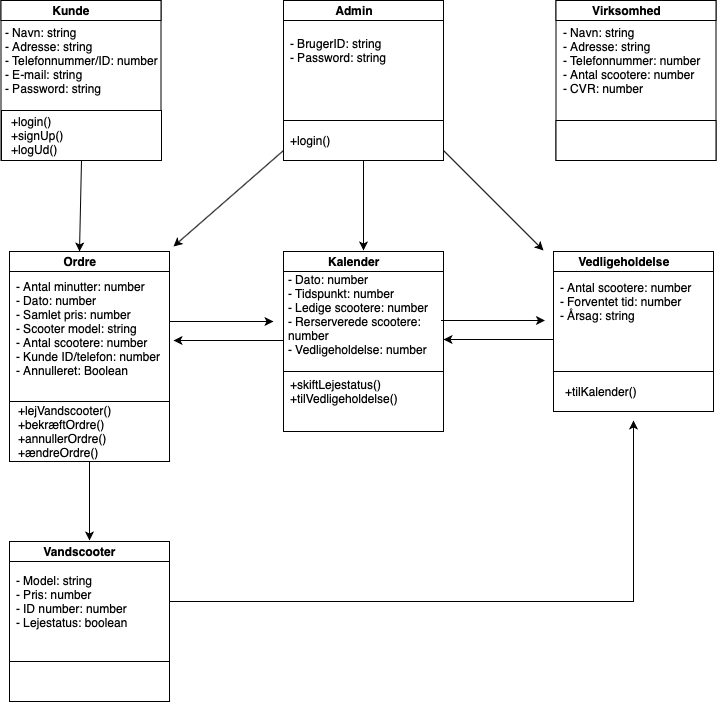
Earlier version of the draw.io export CPHJetskis.drawio-4.png (Mikkel0608/CPH-Jetskis). Source tidied: cells renumbered, new cells last; positions are measured from the earlier drawing's top-left corner, leaving out a move shared by most shapes. Its diagram source:
```xml
<mxGraphModel>
  <root>
    <mxCell id="0" />
    <mxCell id="1" parent="0" />
    <mxCell id="2" style="whiteSpace=wrap;html=1;" parent="1" vertex="1">
      <mxGeometry x="-0.5" width="160" height="160" as="geometry" />
    </mxCell>
    <mxCell id="3" style="rounded=0;whiteSpace=wrap;html=1;" parent="1" vertex="1">
      <mxGeometry x="-0.5" width="160" height="20" as="geometry" />
    </mxCell>
    <mxCell id="4" value="&lt;b&gt;Kunde&lt;/b&gt;" style="text;html=1;strokeColor=none;fillColor=none;align=center;verticalAlign=middle;whiteSpace=wrap;rounded=0;" parent="1" vertex="1">
      <mxGeometry x="34.5" width="70" height="20" as="geometry" />
    </mxCell>
    <mxCell id="5" value="- Navn: string&lt;br&gt;- Adresse: string&lt;br&gt;- Telefonnummer/ID: number&lt;br&gt;- E-mail: string&lt;br&gt;- Password: string" style="text;html=1;strokeColor=none;fillColor=none;align=left;verticalAlign=middle;whiteSpace=wrap;rounded=0;" parent="1" vertex="1">
      <mxGeometry x="2" y="50" width="155" height="20" as="geometry" />
    </mxCell>
    <mxCell id="6" style="edgeStyle=none;rounded=0;jettySize=auto;html=1;exitX=0.5;exitY=1;exitDx=0;exitDy=0;entryX=0.5;entryY=0;entryDx=0;entryDy=0;" parent="1" edge="1" source="7" target="17">
      <mxGeometry relative="1" as="geometry" />
    </mxCell>
    <mxCell id="7" style="rounded=0;whiteSpace=wrap;html=1;" parent="1" vertex="1">
      <mxGeometry y="110" width="160" height="50" as="geometry" />
    </mxCell>
    <mxCell id="8" value="+login()&lt;br&gt;+signUp()&lt;br&gt;+logUd()" style="text;html=1;strokeColor=none;fillColor=none;align=left;verticalAlign=middle;whiteSpace=wrap;rounded=0;" parent="1" vertex="1">
      <mxGeometry x="8" y="125" width="40" height="20" as="geometry" />
    </mxCell>
    <mxCell id="9" style="whiteSpace=wrap;html=1;" parent="1" vertex="1">
      <mxGeometry x="8" y="541" width="160" height="160" as="geometry" />
    </mxCell>
    <mxCell id="10" style="rounded=0;whiteSpace=wrap;html=1;" parent="1" vertex="1">
      <mxGeometry x="8" y="541" width="160" height="20" as="geometry" />
    </mxCell>
    <mxCell id="11" value="&lt;b&gt;Vandscooter&lt;/b&gt;" style="text;html=1;strokeColor=none;fillColor=none;align=center;verticalAlign=middle;whiteSpace=wrap;rounded=0;" parent="1" vertex="1">
      <mxGeometry x="43" y="541" width="70" height="20" as="geometry" />
    </mxCell>
    <mxCell id="12" style="edgeStyle=orthogonalEdgeStyle;rounded=0;jettySize=auto;html=1;exitX=1;exitY=0.5;exitDx=0;exitDy=0;" parent="1" edge="1" source="13">
      <mxGeometry relative="1" as="geometry">
        <mxPoint x="632" y="420" as="targetPoint" />
      </mxGeometry>
    </mxCell>
    <mxCell id="13" value="- Model: string&lt;br&gt;- Pris: number&lt;br&gt;- ID number: number&lt;br&gt;- Lejestatus: boolean" style="text;html=1;strokeColor=none;fillColor=none;align=left;verticalAlign=middle;whiteSpace=wrap;rounded=0;" parent="1" vertex="1">
      <mxGeometry x="13" y="591" width="155" height="20" as="geometry" />
    </mxCell>
    <mxCell id="14" style="rounded=0;whiteSpace=wrap;html=1;" parent="1" vertex="1">
      <mxGeometry x="8" y="661" width="160" height="40" as="geometry" />
    </mxCell>
    <mxCell id="15" style="whiteSpace=wrap;html=1;" parent="1" vertex="1">
      <mxGeometry x="8" y="251" width="160" height="160" as="geometry" />
    </mxCell>
    <mxCell id="16" style="rounded=0;whiteSpace=wrap;html=1;" parent="1" vertex="1">
      <mxGeometry x="8" y="251" width="160" height="20" as="geometry" />
    </mxCell>
    <mxCell id="17" value="&lt;b&gt;Ordre&lt;/b&gt;" style="text;html=1;strokeColor=none;fillColor=none;align=center;verticalAlign=middle;whiteSpace=wrap;rounded=0;" parent="1" vertex="1">
      <mxGeometry x="43" y="251" width="70" height="20" as="geometry" />
    </mxCell>
    <mxCell id="18" style="edgeStyle=none;rounded=0;jettySize=auto;html=1;exitX=1;exitY=0.5;exitDx=0;exitDy=0;" parent="1" edge="1" source="19">
      <mxGeometry relative="1" as="geometry">
        <mxPoint x="272" y="321" as="targetPoint" />
      </mxGeometry>
    </mxCell>
    <mxCell id="19" value="&lt;br&gt;- Antal minutter: number&lt;br&gt;- Dato: number&lt;br&gt;- Samlet pris: number&lt;br&gt;- Scooter model: string&lt;br&gt;- Antal scootere: number&lt;br&gt;- Kunde ID/telefon: number&lt;br&gt;- Annulleret: Boolean" style="text;html=1;strokeColor=none;fillColor=none;align=left;verticalAlign=middle;whiteSpace=wrap;rounded=0;" parent="1" vertex="1">
      <mxGeometry x="13" y="311" width="155" height="20" as="geometry" />
    </mxCell>
    <mxCell id="20" style="edgeStyle=none;rounded=0;jettySize=auto;html=1;exitX=0.5;exitY=1;exitDx=0;exitDy=0;" parent="1" edge="1" source="21">
      <mxGeometry relative="1" as="geometry">
        <mxPoint x="88" y="540" as="targetPoint" />
      </mxGeometry>
    </mxCell>
    <mxCell id="21" style="rounded=0;whiteSpace=wrap;html=1;" parent="1" vertex="1">
      <mxGeometry x="8" y="401" width="160" height="60" as="geometry" />
    </mxCell>
    <mxCell id="22" value="+lejVandscooter()&lt;br&gt;+bekræftOrdre()&lt;br&gt;+annullerOrdre()&lt;br&gt;+ændreOrdre()" style="text;html=1;strokeColor=none;fillColor=none;align=left;verticalAlign=middle;whiteSpace=wrap;rounded=0;" parent="1" vertex="1">
      <mxGeometry x="14.5" y="421" width="40" height="20" as="geometry" />
    </mxCell>
    <mxCell id="23" style="edgeStyle=none;rounded=0;orthogonalLoop=1;jettySize=auto;html=1;exitX=0;exitY=0.75;exitDx=0;exitDy=0;" parent="1" edge="1">
      <mxGeometry relative="1" as="geometry">
        <mxPoint x="282" y="340" as="sourcePoint" />
        <mxPoint x="172" y="340" as="targetPoint" />
      </mxGeometry>
    </mxCell>
    <mxCell id="24" style="whiteSpace=wrap;html=1;" parent="1" vertex="1">
      <mxGeometry x="282" y="251" width="160" height="160" as="geometry" />
    </mxCell>
    <mxCell id="25" style="rounded=0;whiteSpace=wrap;html=1;" parent="1" vertex="1">
      <mxGeometry x="282" y="251" width="160" height="20" as="geometry" />
    </mxCell>
    <mxCell id="26" value="&lt;b&gt;Kalender&lt;/b&gt;" style="text;html=1;strokeColor=none;fillColor=none;align=center;verticalAlign=middle;whiteSpace=wrap;rounded=0;" parent="1" vertex="1">
      <mxGeometry x="317" y="251" width="70" height="20" as="geometry" />
    </mxCell>
    <mxCell id="27" value="- Dato: number&lt;br&gt;- Tidspunkt: number&lt;br&gt;- Ledige scootere: number&lt;br&gt;- Rerserverede scootere: number&lt;br&gt;- Vedligeholdelse: number&lt;br&gt;&lt;br&gt;" style="text;html=1;strokeColor=none;fillColor=none;align=left;verticalAlign=middle;whiteSpace=wrap;rounded=0;" parent="1" vertex="1">
      <mxGeometry x="284.5" y="311" width="155" height="20" as="geometry" />
    </mxCell>
    <mxCell id="28" style="rounded=0;whiteSpace=wrap;html=1;" parent="1" vertex="1">
      <mxGeometry x="282" y="371" width="160" height="60" as="geometry" />
    </mxCell>
    <mxCell id="29" value="+skiftLejestatus()&lt;br&gt;+tilVedligeholdelse()" style="text;html=1;strokeColor=none;fillColor=none;align=left;verticalAlign=middle;whiteSpace=wrap;rounded=0;" parent="1" vertex="1">
      <mxGeometry x="287" y="381" width="145" height="20" as="geometry" />
    </mxCell>
    <mxCell id="30" style="edgeStyle=none;rounded=0;orthogonalLoop=1;jettySize=auto;html=1;exitX=0;exitY=0.5;exitDx=0;exitDy=0;entryX=1;entryY=0.5;entryDx=0;entryDy=0;" parent="1" edge="1">
      <mxGeometry relative="1" as="geometry">
        <mxPoint x="552" y="339" as="sourcePoint" />
        <mxPoint x="442" y="339" as="targetPoint" />
      </mxGeometry>
    </mxCell>
    <mxCell id="31" style="whiteSpace=wrap;html=1;" parent="1" vertex="1">
      <mxGeometry x="552" y="251" width="160" height="160" as="geometry" />
    </mxCell>
    <mxCell id="32" style="rounded=0;whiteSpace=wrap;html=1;" parent="1" vertex="1">
      <mxGeometry x="552" y="251" width="160" height="20" as="geometry" />
    </mxCell>
    <mxCell id="33" value="&lt;b&gt;Vedligeholdelse&lt;/b&gt;" style="text;html=1;strokeColor=none;fillColor=none;align=center;verticalAlign=middle;whiteSpace=wrap;rounded=0;" parent="1" vertex="1">
      <mxGeometry x="587" y="251" width="70" height="20" as="geometry" />
    </mxCell>
    <mxCell id="34" value="- Antal scootere: number&lt;br&gt;- Forventet tid: number&lt;br&gt;- Årsag: string" style="text;html=1;strokeColor=none;fillColor=none;align=left;verticalAlign=middle;whiteSpace=wrap;rounded=0;" parent="1" vertex="1">
      <mxGeometry x="557" y="291" width="165" height="20" as="geometry" />
    </mxCell>
    <mxCell id="35" style="rounded=0;whiteSpace=wrap;html=1;" parent="1" vertex="1">
      <mxGeometry x="552" y="371" width="160" height="40" as="geometry" />
    </mxCell>
    <mxCell id="36" style="whiteSpace=wrap;html=1;" parent="1" vertex="1">
      <mxGeometry x="554.5" width="160" height="160" as="geometry" />
    </mxCell>
    <mxCell id="37" style="rounded=0;whiteSpace=wrap;html=1;" parent="1" vertex="1">
      <mxGeometry x="554.5" width="160" height="20" as="geometry" />
    </mxCell>
    <mxCell id="38" value="&lt;b&gt;Virksomhed&lt;/b&gt;" style="text;html=1;strokeColor=none;fillColor=none;align=center;verticalAlign=middle;whiteSpace=wrap;rounded=0;" parent="1" vertex="1">
      <mxGeometry x="589.5" width="70" height="20" as="geometry" />
    </mxCell>
    <mxCell id="39" value="- Navn: string&lt;br&gt;- Adresse: string&lt;br&gt;- Telefonnummer: number&lt;br&gt;- Antal scootere: number&lt;br&gt;- CVR: number" style="text;html=1;strokeColor=none;fillColor=none;align=left;verticalAlign=middle;whiteSpace=wrap;rounded=0;" parent="1" vertex="1">
      <mxGeometry x="559.5" y="50" width="155" height="20" as="geometry" />
    </mxCell>
    <mxCell id="40" style="rounded=0;whiteSpace=wrap;html=1;" parent="1" vertex="1">
      <mxGeometry x="554.5" y="120" width="160" height="40" as="geometry" />
    </mxCell>
    <mxCell id="41" style="whiteSpace=wrap;html=1;" parent="1" vertex="1">
      <mxGeometry x="282" width="160" height="160" as="geometry" />
    </mxCell>
    <mxCell id="42" style="rounded=0;whiteSpace=wrap;html=1;" parent="1" vertex="1">
      <mxGeometry x="282" width="160" height="20" as="geometry" />
    </mxCell>
    <mxCell id="43" value="&lt;b&gt;Admin&lt;/b&gt;" style="text;html=1;strokeColor=none;fillColor=none;align=center;verticalAlign=middle;whiteSpace=wrap;rounded=0;" parent="1" vertex="1">
      <mxGeometry x="317" width="70" height="20" as="geometry" />
    </mxCell>
    <mxCell id="44" value="- BrugerID: string&lt;br&gt;- Password: string" style="text;html=1;strokeColor=none;fillColor=none;align=left;verticalAlign=middle;whiteSpace=wrap;rounded=0;" parent="1" vertex="1">
      <mxGeometry x="287" y="40" width="155" height="20" as="geometry" />
    </mxCell>
    <mxCell id="45" style="edgeStyle=none;rounded=0;jettySize=auto;html=1;exitX=0.5;exitY=1;exitDx=0;exitDy=0;" parent="1" edge="1" source="48">
      <mxGeometry relative="1" as="geometry">
        <mxPoint x="362" y="250" as="targetPoint" />
      </mxGeometry>
    </mxCell>
    <mxCell id="46" style="edgeStyle=none;rounded=0;jettySize=auto;html=1;exitX=0;exitY=0.75;exitDx=0;exitDy=0;entryX=1.025;entryY=-0.25;entryDx=0;entryDy=0;entryPerimeter=0;" parent="1" edge="1" source="48" target="16">
      <mxGeometry relative="1" as="geometry" />
    </mxCell>
    <mxCell id="47" style="edgeStyle=none;rounded=0;jettySize=auto;html=1;exitX=1;exitY=0.75;exitDx=0;exitDy=0;" parent="1" edge="1" source="48">
      <mxGeometry relative="1" as="geometry">
        <mxPoint x="542" y="250" as="targetPoint" />
      </mxGeometry>
    </mxCell>
    <mxCell id="48" style="rounded=0;whiteSpace=wrap;html=1;" parent="1" vertex="1">
      <mxGeometry x="282" y="120" width="160" height="40" as="geometry" />
    </mxCell>
    <mxCell id="49" value="+login()" style="text;html=1;strokeColor=none;fillColor=none;align=left;verticalAlign=middle;whiteSpace=wrap;rounded=0;" parent="1" vertex="1">
      <mxGeometry x="287" y="130" width="40" height="20" as="geometry" />
    </mxCell>
    <mxCell id="50" value="+tilKalender()" style="text;html=1;strokeColor=none;fillColor=none;align=left;verticalAlign=middle;whiteSpace=wrap;rounded=0;" parent="1" vertex="1">
      <mxGeometry x="562" y="381" width="145" height="20" as="geometry" />
    </mxCell>
    <mxCell id="51" style="edgeStyle=none;rounded=0;orthogonalLoop=1;jettySize=auto;html=1;exitX=1;exitY=0.5;exitDx=0;exitDy=0;" parent="1" edge="1">
      <mxGeometry relative="1" as="geometry">
        <mxPoint x="439.5" y="320" as="sourcePoint" />
        <mxPoint x="543.5" y="320" as="targetPoint" />
      </mxGeometry>
    </mxCell>
  </root>
</mxGraphModel>
```
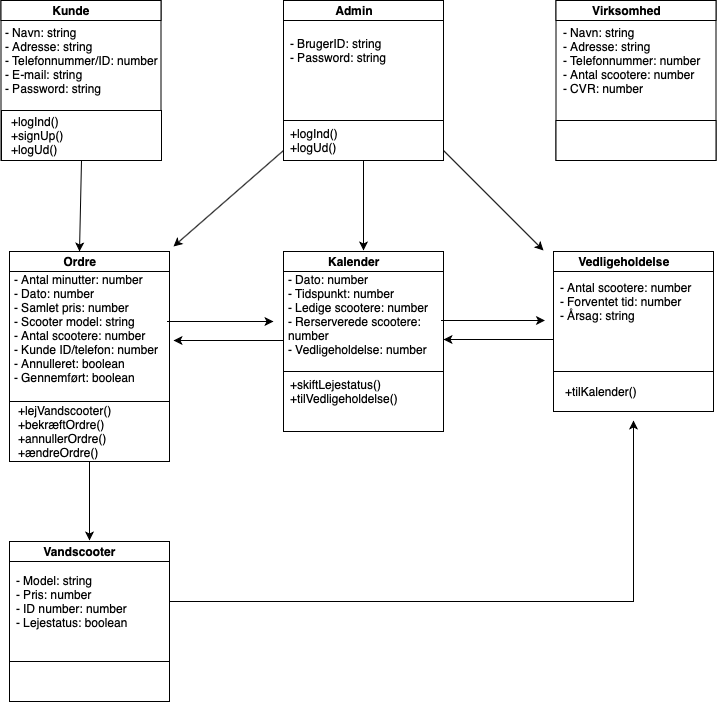
Above is the later version.

The edit, as a diff of the source:
```diff
@@ -20,7 +20,7 @@
     <mxCell id="7" style="rounded=0;whiteSpace=wrap;html=1;" parent="1" vertex="1">
       <mxGeometry y="110" width="160" height="50" as="geometry" />
     </mxCell>
-    <mxCell id="8" value="+login()&lt;br&gt;+signUp()&lt;br&gt;+logUd()" style="text;html=1;strokeColor=none;fillColor=none;align=left;verticalAlign=middle;whiteSpace=wrap;rounded=0;" parent="1" vertex="1">
+    <mxCell id="8" value="+logInd()&lt;br&gt;+signUp()&lt;br&gt;+logUd()" style="text;html=1;strokeColor=none;fillColor=none;align=left;verticalAlign=middle;whiteSpace=wrap;rounded=0;" parent="1" vertex="1">
       <mxGeometry x="8" y="125" width="40" height="20" as="geometry" />
     </mxCell>
     <mxCell id="9" style="whiteSpace=wrap;html=1;" parent="1" vertex="1">
@@ -57,8 +57,8 @@
         <mxPoint x="272" y="321" as="targetPoint" />
       </mxGeometry>
     </mxCell>
-    <mxCell id="19" value="&lt;br&gt;- Antal minutter: number&lt;br&gt;- Dato: number&lt;br&gt;- Samlet pris: number&lt;br&gt;- Scooter model: string&lt;br&gt;- Antal scootere: number&lt;br&gt;- Kunde ID/telefon: number&lt;br&gt;- Annulleret: Boolean" style="text;html=1;strokeColor=none;fillColor=none;align=left;verticalAlign=middle;whiteSpace=wrap;rounded=0;" parent="1" vertex="1">
-      <mxGeometry x="13" y="311" width="155" height="20" as="geometry" />
+    <mxCell id="19" value="&lt;br&gt;- Antal minutter: number&lt;br&gt;- Dato: number&lt;br&gt;- Samlet pris: number&lt;br&gt;- Scooter model: string&lt;br&gt;- Antal scootere: number&lt;br&gt;- Kunde ID/telefon: number&lt;br&gt;- Annulleret: boolean&lt;br&gt;- Gennemført: boolean" style="text;html=1;strokeColor=none;fillColor=none;align=left;verticalAlign=middle;whiteSpace=wrap;rounded=0;" parent="1" vertex="1">
+      <mxGeometry x="10.5" y="311" width="155" height="20" as="geometry" />
     </mxCell>
     <mxCell id="20" style="edgeStyle=none;rounded=0;jettySize=auto;html=1;exitX=0.5;exitY=1;exitDx=0;exitDy=0;" parent="1" edge="1" source="21">
       <mxGeometry relative="1" as="geometry">
@@ -159,7 +159,7 @@
     <mxCell id="48" style="rounded=0;whiteSpace=wrap;html=1;" parent="1" vertex="1">
       <mxGeometry x="282" y="120" width="160" height="40" as="geometry" />
     </mxCell>
-    <mxCell id="49" value="+login()" style="text;html=1;strokeColor=none;fillColor=none;align=left;verticalAlign=middle;whiteSpace=wrap;rounded=0;" parent="1" vertex="1">
+    <mxCell id="49" value="+logInd()&lt;br&gt;+logUd()" style="text;html=1;strokeColor=none;fillColor=none;align=left;verticalAlign=middle;whiteSpace=wrap;rounded=0;" parent="1" vertex="1">
       <mxGeometry x="287" y="130" width="40" height="20" as="geometry" />
     </mxCell>
     <mxCell id="50" value="+tilKalender()" style="text;html=1;strokeColor=none;fillColor=none;align=left;verticalAlign=middle;whiteSpace=wrap;rounded=0;" parent="1" vertex="1">
```
